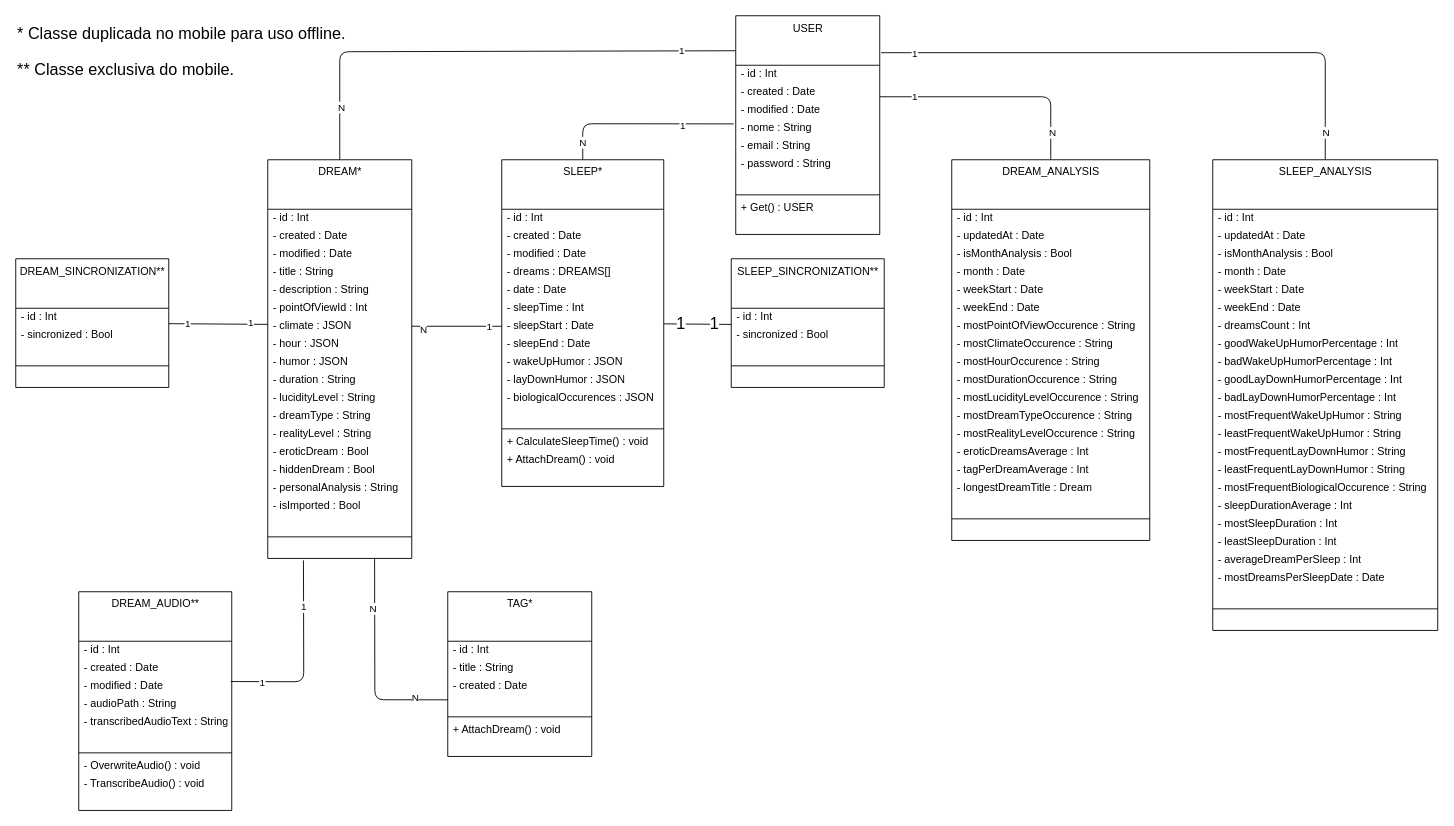
This is docs/diagrama_classe_analise.drawio from raisson-souza/morfeus-backend, a draw.io file, before an edit. Source tidied: cells renumbered, new cells numbered last; positions are measured from the earlier drawing's top-left corner, leaving out a move shared by most shapes. Both pictures are drawn from the tidied source at 90%, with x=0, y=0 at pixel (15, 15).
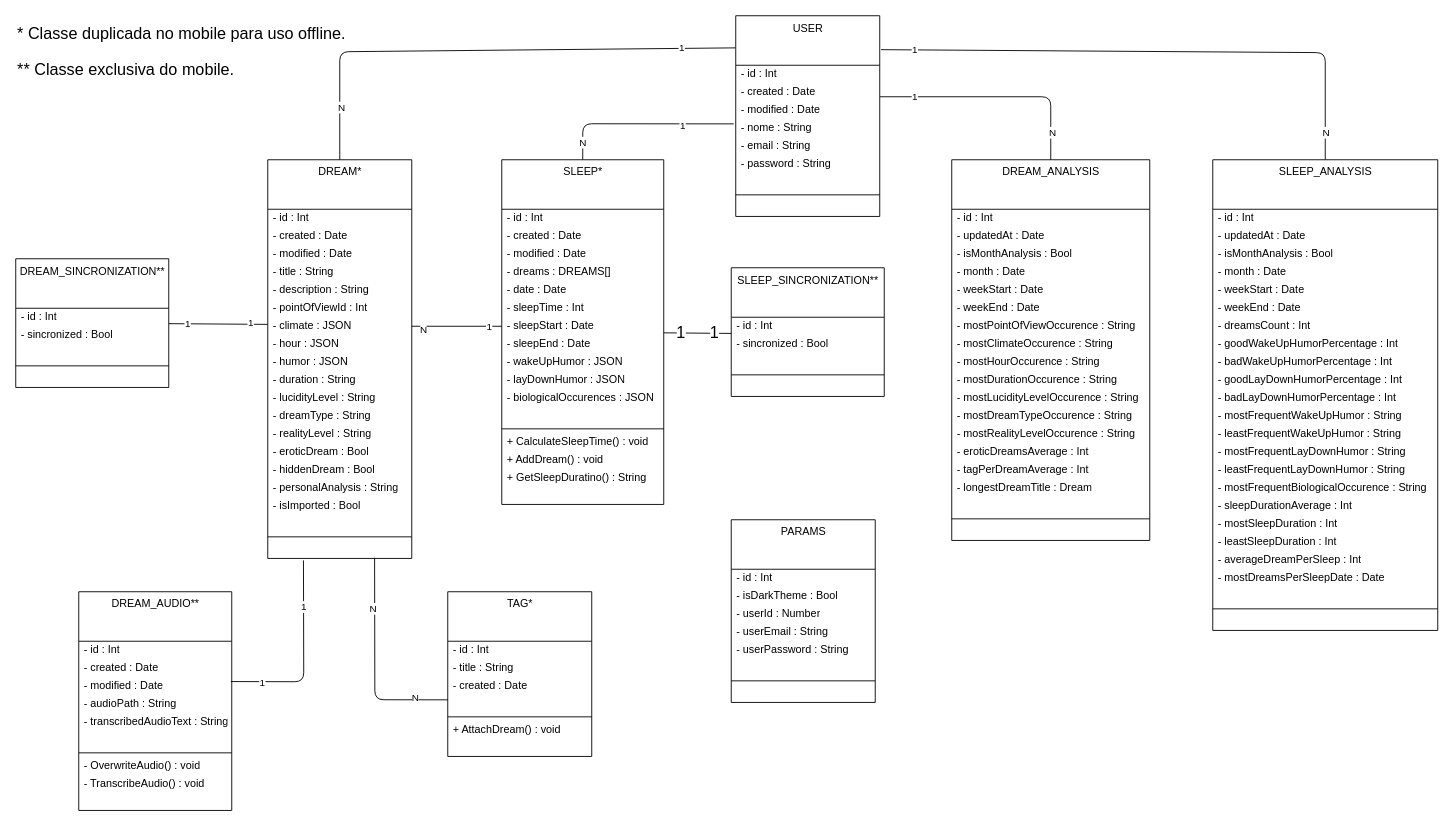
After the change.

Commit message (it also covers changes not shown here):
- Ajuste no diagrama de classe de análise.

The edit, as a diff of the source:
```diff
@@
     <mxCell id="2" value="USER" style="swimlane;fontStyle=0;align=center;verticalAlign=top;horizontal=1;startSize=55;html=1;rounded=0;strokeColor=default;strokeWidth=1;" parent="1" vertex="1">
-      <mxGeometry x="800" width="160" height="243" as="geometry" />
+      <mxGeometry x="800" width="160" height="223" as="geometry" />
     </mxCell>
@@
-    <mxCell id="11" value="+ Get() : USER" style="text;html=1;strokeColor=none;fillColor=none;align=left;verticalAlign=middle;spacingLeft=4;spacingRight=4;overflow=hidden;rounded=0;strokeWidth=1;" parent="2" vertex="1">
-      <mxGeometry y="203" width="160" height="20" as="geometry" />
-    </mxCell>
     <mxCell id="12" style="text;html=1;strokeColor=none;fillColor=none;align=left;verticalAlign=middle;spacingLeft=4;spacingRight=4;overflow=hidden;rounded=0;strokeWidth=1;" parent="2" vertex="1">
-      <mxGeometry y="223" width="160" height="20" as="geometry" />
+      <mxGeometry y="203" width="160" height="20" as="geometry" />
     </mxCell>
@@
     <mxCell id="19" value="SLEEP*" style="swimlane;fontStyle=0;align=center;verticalAlign=top;horizontal=1;startSize=55;html=1;rounded=0;strokeColor=default;strokeWidth=1;" parent="1" vertex="1">
-      <mxGeometry x="540" y="160" width="180" height="363" as="geometry" />
+      <mxGeometry x="540" y="160" width="180" height="383" as="geometry" />
     </mxCell>
@@
-    <mxCell id="34" value="+ AttachDream() : void" style="text;html=1;strokeColor=none;fillColor=none;align=left;verticalAlign=middle;spacingLeft=4;spacingRight=4;overflow=hidden;rounded=0;strokeWidth=1;" parent="19" vertex="1">
+    <mxCell id="34" value="+ AddDream() : void" style="text;html=1;strokeColor=none;fillColor=none;align=left;verticalAlign=middle;spacingLeft=4;spacingRight=4;overflow=hidden;rounded=0;strokeWidth=1;" parent="19" vertex="1">
       <mxGeometry y="323" width="180" height="20" as="geometry" />
     </mxCell>
-    <mxCell id="35" style="text;html=1;strokeColor=none;fillColor=none;align=left;verticalAlign=middle;spacingLeft=4;spacingRight=4;overflow=hidden;rounded=0;strokeWidth=1;" parent="19" vertex="1">
+    <mxCell id="35" value="+ GetSleepDuratino() : String" style="text;html=1;strokeColor=none;fillColor=none;align=left;verticalAlign=middle;spacingLeft=4;spacingRight=4;overflow=hidden;rounded=0;strokeWidth=1;" parent="19" vertex="1">
       <mxGeometry y="343" width="180" height="20" as="geometry" />
     </mxCell>
+    <mxCell id="155" style="text;html=1;strokeColor=none;fillColor=none;align=left;verticalAlign=middle;spacingLeft=4;spacingRight=4;overflow=hidden;rounded=0;strokeWidth=1;" parent="19" vertex="1">
+      <mxGeometry y="363" width="180" height="20" as="geometry" />
+    </mxCell>
@@
     <mxCell id="149" value="SLEEP_SINCRONIZATION**" style="swimlane;fontStyle=0;align=center;verticalAlign=top;horizontal=1;startSize=55;html=1;rounded=0;strokeColor=default;strokeWidth=1;" parent="1" vertex="1">
-      <mxGeometry x="795" y="270" width="170" height="143" as="geometry" />
+      <mxGeometry x="795" y="280" width="170" height="143" as="geometry" />
     </mxCell>
@@
+    <mxCell id="156" value="PARAMS" style="swimlane;fontStyle=0;align=center;verticalAlign=top;horizontal=1;startSize=55;html=1;rounded=0;strokeColor=default;strokeWidth=1;" parent="1" vertex="1">
+      <mxGeometry x="795" y="560" width="160" height="203" as="geometry" />
+    </mxCell>
+    <mxCell id="157" value="- id : Int" style="text;html=1;strokeColor=none;fillColor=none;align=left;verticalAlign=middle;spacingLeft=4;spacingRight=4;overflow=hidden;rounded=0;strokeWidth=1;" parent="156" vertex="1">
+      <mxGeometry y="55" width="160" height="20" as="geometry" />
+    </mxCell>
+    <mxCell id="158" value="- isDarkTheme : Bool" style="text;html=1;strokeColor=none;fillColor=none;align=left;verticalAlign=middle;spacingLeft=4;spacingRight=4;overflow=hidden;rounded=0;strokeWidth=1;" parent="156" vertex="1">
+      <mxGeometry y="75" width="160" height="20" as="geometry" />
+    </mxCell>
+    <mxCell id="159" value="- userId : Number" style="text;html=1;strokeColor=none;fillColor=none;align=left;verticalAlign=middle;spacingLeft=4;spacingRight=4;overflow=hidden;rounded=0;strokeWidth=1;" parent="156" vertex="1">
+      <mxGeometry y="95" width="160" height="20" as="geometry" />
+    </mxCell>
+    <mxCell id="160" value="- userEmail : String" style="text;html=1;strokeColor=none;fillColor=none;align=left;verticalAlign=middle;spacingLeft=4;spacingRight=4;overflow=hidden;rounded=0;strokeWidth=1;" parent="156" vertex="1">
+      <mxGeometry y="115" width="160" height="20" as="geometry" />
+    </mxCell>
+    <mxCell id="161" value="- userPassword : String" style="text;html=1;strokeColor=none;fillColor=none;align=left;verticalAlign=middle;spacingLeft=4;spacingRight=4;overflow=hidden;rounded=0;strokeWidth=1;" parent="156" vertex="1">
+      <mxGeometry y="135" width="160" height="20" as="geometry" />
+    </mxCell>
+    <mxCell id="162" style="text;html=1;strokeColor=none;fillColor=none;align=left;verticalAlign=middle;spacingLeft=4;spacingRight=4;overflow=hidden;rounded=0;strokeWidth=1;" parent="156" vertex="1">
+      <mxGeometry y="155" width="160" height="20" as="geometry" />
+    </mxCell>
+    <mxCell id="163" style="line;strokeWidth=1;fillColor=none;align=left;verticalAlign=middle;spacingTop=-1;spacingLeft=3;spacingRight=3;labelPosition=right;rounded=0;strokeColor=default;" parent="156" vertex="1">
+      <mxGeometry y="175" width="160" height="8" as="geometry" />
+    </mxCell>
+    <mxCell id="164" style="text;html=1;strokeColor=none;fillColor=none;align=left;verticalAlign=middle;spacingLeft=4;spacingRight=4;overflow=hidden;rounded=0;strokeWidth=1;" parent="156" vertex="1">
+      <mxGeometry y="183" width="160" height="20" as="geometry" />
+    </mxCell>
```
